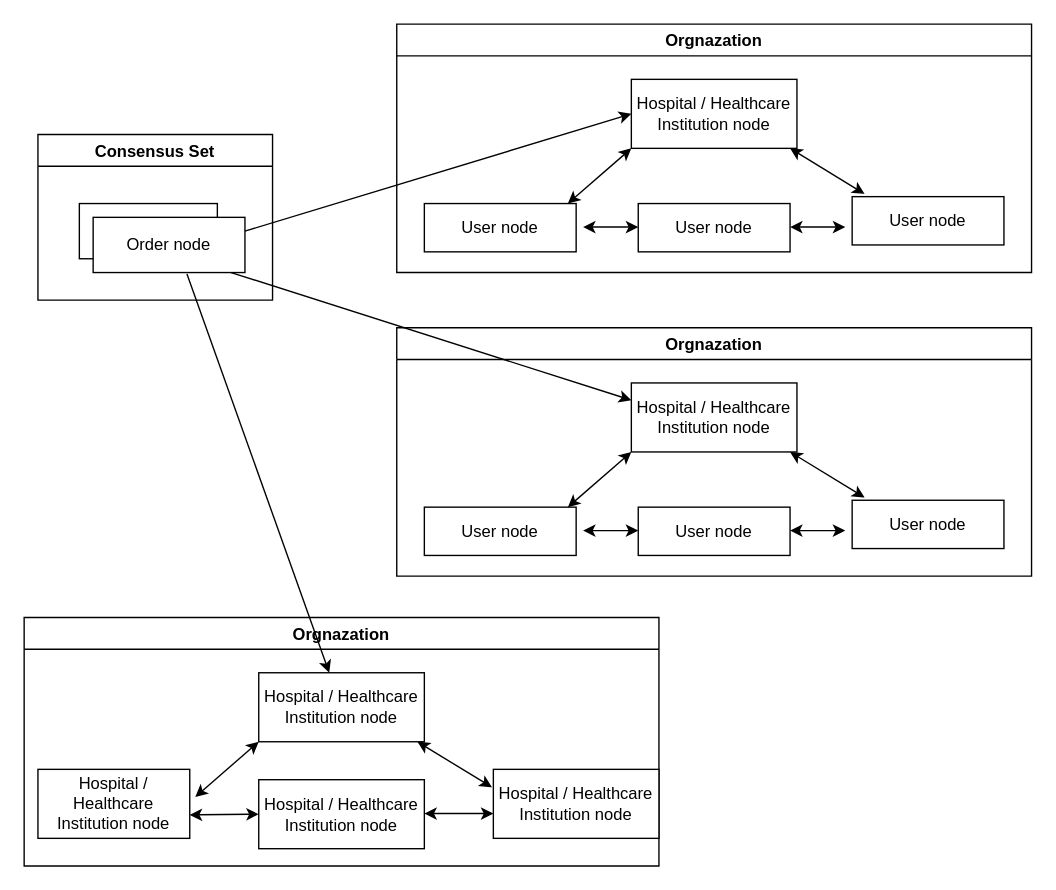
Above: HFMS_Org.drawio in unnc-fose-20126522/Health-Status-Monitoring-System-based-on-Hyperledger-Fabric-and-ModeChain (draw.io), before the change. Source tidied: cells renumbered, new cells numbered last; positions are measured from the earlier drawing's top-left corner, leaving out a move shared by most shapes. Both pictures are drawn from the tidied source at 138%, with x=0, y=0 at pixel (23, 23).
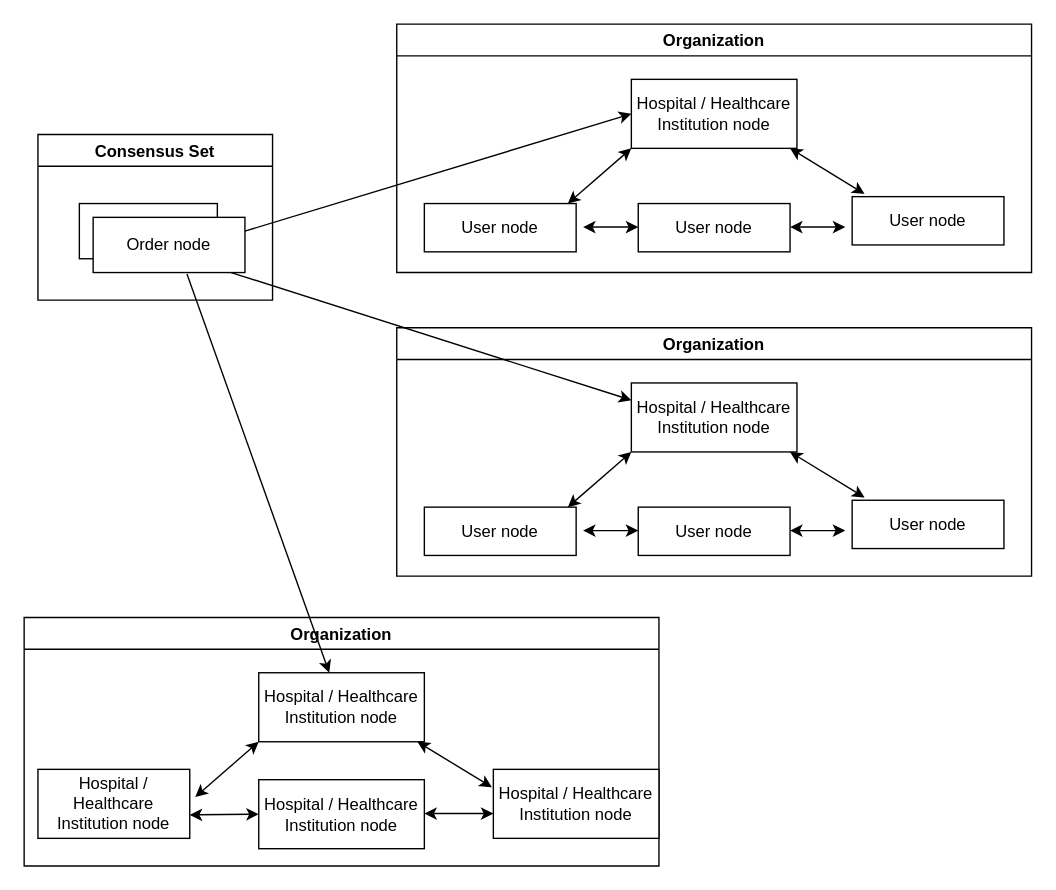
The same page after the edit.

Change to the diagram source:
```diff
@@
-    <mxCell id="2" value="Orgnazation" style="swimlane;" parent="1" vertex="1">
+    <mxCell id="2" value="Organization" style="swimlane;" parent="1" vertex="1">
       <mxGeometry x="270" y="220" width="460" height="180" as="geometry" />
     </mxCell>
@@
-    <mxCell id="11" value="Orgnazation" style="swimlane;" parent="1" vertex="1">
+    <mxCell id="11" value="Organization" style="swimlane;" parent="1" vertex="1">
       <mxGeometry x="270" width="460" height="180" as="geometry" />
     </mxCell>
@@
-    <mxCell id="25" value="Orgnazation" style="swimlane;" parent="1" vertex="1">
+    <mxCell id="25" value="Organization" style="swimlane;" parent="1" vertex="1">
       <mxGeometry y="430" width="460" height="180" as="geometry" />
     </mxCell>
```
